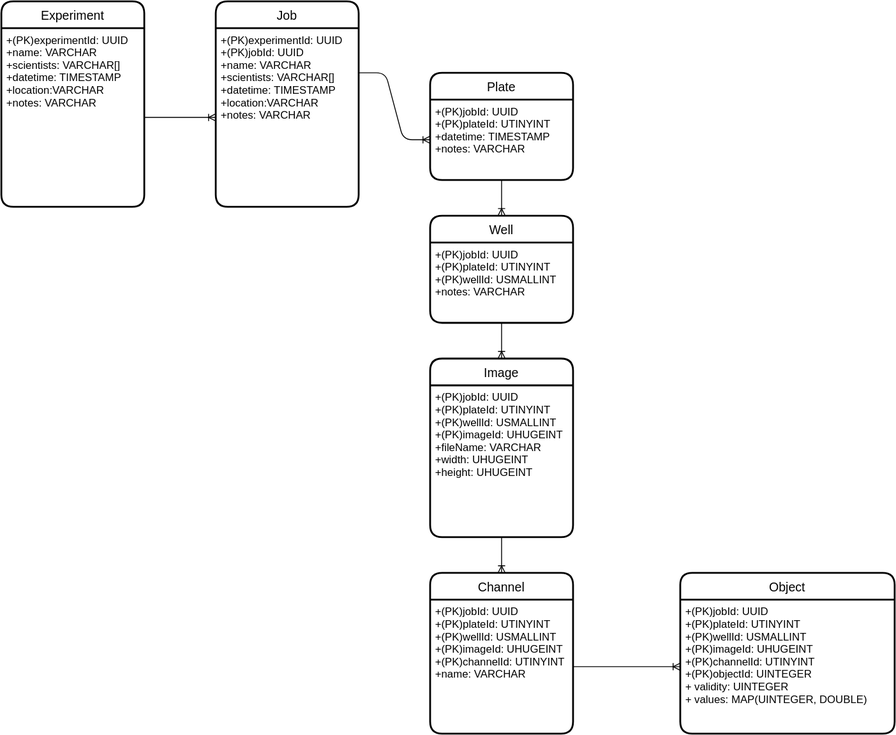
joda01/imagec keeps this draw.io diagram as doc/database.drawio.svg. Above is the earlier version. Source tidied: cells renumbered, new cells last; positions are measured from the earlier drawing's top-left corner, leaving out a move shared by most shapes.
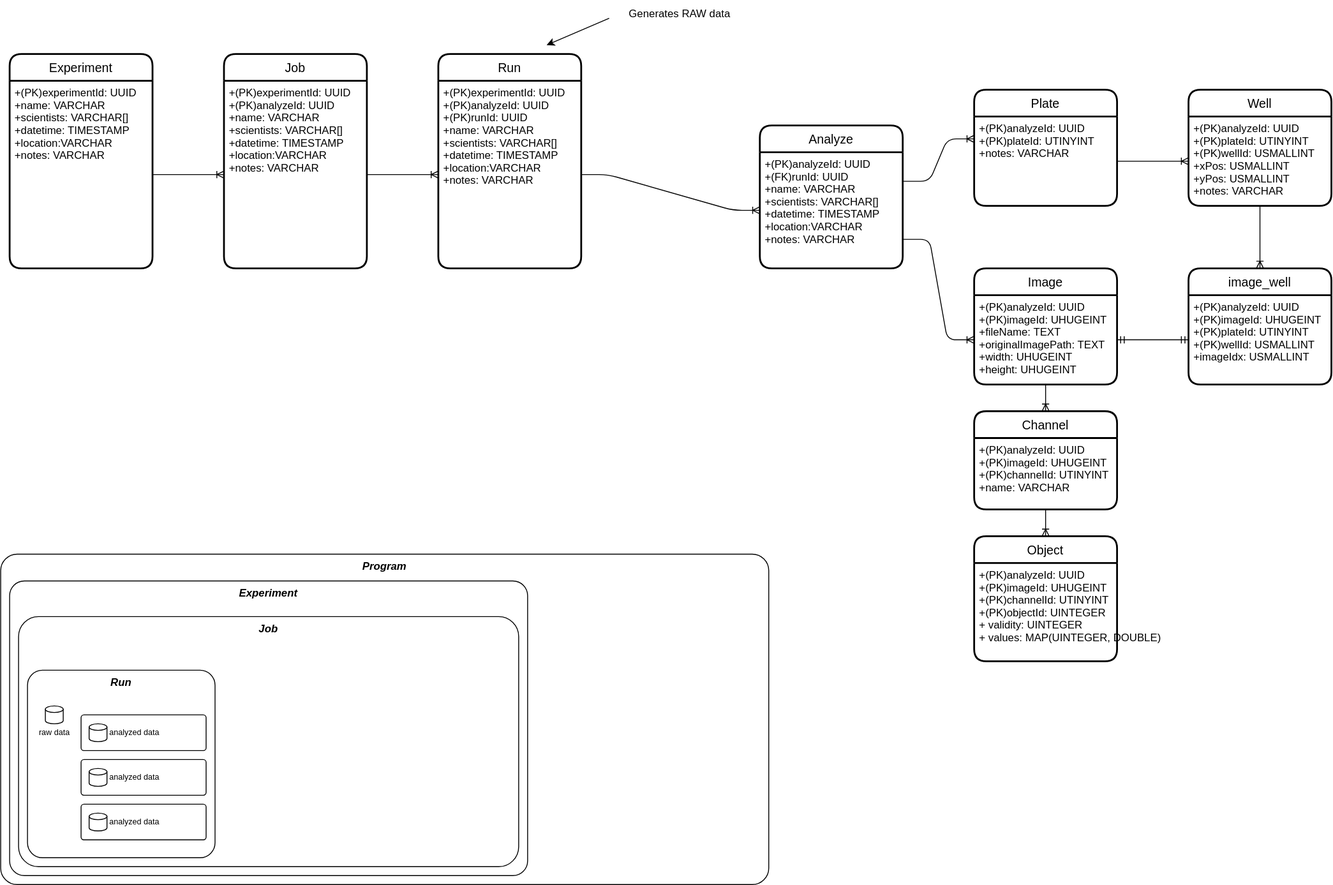
Later version of the same file.

Change to the diagram source:
```diff
@@ -3,64 +3,157 @@
     <mxCell id="0" />
     <mxCell id="1" parent="0" />
     <mxCell id="2" value="Job" style="swimlane;horizontal=1;startSize=30;rounded=1;fontSize=14;fontStyle=0;strokeWidth=2;shadow=0;dashed=0;align=center;" parent="1" vertex="1">
-      <mxGeometry x="240" width="160" height="230" as="geometry" />
+      <mxGeometry x="240" width="160" height="240" as="geometry" />
     </mxCell>
     <mxCell id="3" value="+(PK)experimentId: UUID&#10;+(PK)jobId: UUID&#10;+name: VARCHAR&#10;+scientists: VARCHAR[]&#10;+datetime: TIMESTAMP&#10;+location:VARCHAR&#10;+notes: VARCHAR" style="align=left;strokeColor=none;fillColor=none;spacingLeft=4;fontSize=12;verticalAlign=top;fontStyle=0;" parent="2" vertex="1">
-      <mxGeometry y="30" width="160" height="200" as="geometry" />
+      <mxGeometry y="30" width="160" height="210" as="geometry" />
     </mxCell>
     <mxCell id="4" value="Plate" style="swimlane;horizontal=1;startSize=30;rounded=1;fontSize=14;fontStyle=0;strokeWidth=2;shadow=0;dashed=0;align=center;" parent="1" vertex="1">
-      <mxGeometry x="480" y="80" width="160" height="120" as="geometry" />
+      <mxGeometry x="1080" y="40" width="160" height="130" as="geometry" />
     </mxCell>
-    <mxCell id="5" value="+(PK)jobId: UUID&#10;+(PK)plateId: UTINYINT&#10;+datetime: TIMESTAMP&#10;+notes: VARCHAR" style="align=left;strokeColor=none;fillColor=none;spacingLeft=4;fontSize=12;verticalAlign=top;" parent="4" vertex="1">
-      <mxGeometry y="30" width="160" height="90" as="geometry" />
+    <mxCell id="5" value="+(PK)analyzeId: UUID&#10;+(PK)plateId: UTINYINT&#10;+notes: VARCHAR" style="align=left;strokeColor=none;fillColor=none;spacingLeft=4;fontSize=12;verticalAlign=top;" parent="4" vertex="1">
+      <mxGeometry y="30" width="160" height="100" as="geometry" />
     </mxCell>
     <mxCell id="6" value="Image" style="swimlane;horizontal=1;startSize=30;rounded=1;fontSize=14;fontStyle=0;strokeWidth=2;shadow=0;dashed=0;align=center;" parent="1" vertex="1">
-      <mxGeometry x="480" y="400" width="160" height="200" as="geometry" />
+      <mxGeometry x="1080" y="240" width="160" height="130" as="geometry" />
     </mxCell>
-    <mxCell id="7" value="+(PK)jobId: UUID&#10;+(PK)plateId: UTINYINT&#10;+(PK)wellId: USMALLINT&#10;+(PK)imageId: UHUGEINT&#10;+fileName: VARCHAR&#10;+width: UHUGEINT&#10;+height: UHUGEINT" style="align=left;strokeColor=none;fillColor=none;spacingLeft=4;fontSize=12;verticalAlign=top;" parent="6" vertex="1">
-      <mxGeometry y="30" width="160" height="170" as="geometry" />
+    <mxCell id="7" value="+(PK)analyzeId: UUID&#10;+(PK)imageId: UHUGEINT&#10;+fileName: TEXT&#10;+originalImagePath: TEXT&#10;+width: UHUGEINT&#10;+height: UHUGEINT" style="align=left;strokeColor=none;fillColor=none;spacingLeft=4;fontSize=12;verticalAlign=top;" parent="6" vertex="1">
+      <mxGeometry y="30" width="160" height="100" as="geometry" />
     </mxCell>
     <mxCell id="8" value="Object" style="swimlane;horizontal=1;startSize=30;rounded=1;fontSize=14;fontStyle=0;strokeWidth=2;shadow=0;dashed=0;align=center;" parent="1" vertex="1">
-      <mxGeometry x="760" y="640" width="240" height="180" as="geometry" />
+      <mxGeometry x="1080" y="540" width="160" height="140" as="geometry" />
     </mxCell>
-    <mxCell id="9" value="+(PK)jobId: UUID&#10;+(PK)plateId: UTINYINT&#10;+(PK)wellId: USMALLINT&#10;+(PK)imageId: UHUGEINT&#10;+(PK)channelId: UTINYINT&#10;+(PK)objectId: UINTEGER&#10;+ validity: UINTEGER&#10;+ values: MAP(UINTEGER, DOUBLE)" style="align=left;strokeColor=none;fillColor=none;spacingLeft=4;fontSize=12;verticalAlign=top;" parent="8" vertex="1">
-      <mxGeometry y="30" width="240" height="150" as="geometry" />
+    <mxCell id="9" value="+(PK)analyzeId: UUID&#10;+(PK)imageId: UHUGEINT&#10;+(PK)channelId: UTINYINT&#10;+(PK)objectId: UINTEGER&#10;+ validity: UINTEGER&#10;+ values: MAP(UINTEGER, DOUBLE)" style="align=left;strokeColor=none;fillColor=none;spacingLeft=4;fontSize=12;verticalAlign=top;" parent="8" vertex="1">
+      <mxGeometry y="30" width="160" height="110" as="geometry" />
     </mxCell>
     <mxCell id="10" value="Well" style="swimlane;horizontal=1;startSize=30;rounded=1;fontSize=14;fontStyle=0;strokeWidth=2;shadow=0;dashed=0;align=center;" parent="1" vertex="1">
-      <mxGeometry x="480" y="240" width="160" height="120" as="geometry" />
+      <mxGeometry x="1320" y="40" width="160" height="130" as="geometry" />
     </mxCell>
-    <mxCell id="11" value="+(PK)jobId: UUID&#10;+(PK)plateId: UTINYINT&#10;+(PK)wellId: USMALLINT&#10;+notes: VARCHAR" style="align=left;strokeColor=none;fillColor=none;spacingLeft=4;fontSize=12;verticalAlign=top;" parent="10" vertex="1">
-      <mxGeometry y="30" width="160" height="90" as="geometry" />
+    <mxCell id="11" value="+(PK)analyzeId: UUID&#10;+(PK)plateId: UTINYINT&#10;+(PK)wellId: USMALLINT&#10;+xPos: USMALLINT&#10;+yPos: USMALLINT&#10;+notes: VARCHAR" style="align=left;strokeColor=none;fillColor=none;spacingLeft=4;fontSize=12;verticalAlign=top;" parent="10" vertex="1">
+      <mxGeometry y="30" width="160" height="100" as="geometry" />
     </mxCell>
-    <mxCell id="12" style="fontSize=12;html=1;endArrow=ERoneToMany;exitX=0.5;exitY=1;exitDx=0;exitDy=0;entryX=0.5;entryY=0;entryDx=0;entryDy=0;" parent="1" edge="1" source="5" target="10">
-      <mxGeometry relative="1" as="geometry" />
-    </mxCell>
-    <mxCell id="13" style="edgeStyle=entityRelationEdgeStyle;fontSize=12;html=1;endArrow=ERoneToMany;exitX=1;exitY=0.25;exitDx=0;exitDy=0;entryX=0;entryY=0.5;entryDx=0;entryDy=0;" parent="1" edge="1" source="3" target="5">
-      <mxGeometry relative="1" as="geometry" />
-    </mxCell>
-    <mxCell id="14" style="fontSize=12;html=1;endArrow=ERoneToMany;exitX=0.5;exitY=1;exitDx=0;exitDy=0;entryX=0.5;entryY=0;entryDx=0;entryDy=0;" parent="1" edge="1" source="11" target="6">
-      <mxGeometry relative="1" as="geometry" />
-    </mxCell>
     <mxCell id="15" value="Channel" style="swimlane;horizontal=1;startSize=30;rounded=1;fontSize=14;fontStyle=0;strokeWidth=2;shadow=0;dashed=0;align=center;" parent="1" vertex="1">
-      <mxGeometry x="480" y="640" width="160" height="180" as="geometry" />
+      <mxGeometry x="1080" y="400" width="160" height="110" as="geometry" />
     </mxCell>
-    <mxCell id="16" value="+(PK)jobId: UUID&#10;+(PK)plateId: UTINYINT&#10;+(PK)wellId: USMALLINT&#10;+(PK)imageId: UHUGEINT&#10;+(PK)channelId: UTINYINT&#10;+name: VARCHAR" style="align=left;strokeColor=none;fillColor=none;spacingLeft=4;fontSize=12;verticalAlign=top;" parent="15" vertex="1">
-      <mxGeometry y="30" width="160" height="150" as="geometry" />
+    <mxCell id="16" value="+(PK)analyzeId: UUID&#10;+(PK)imageId: UHUGEINT&#10;+(PK)channelId: UTINYINT&#10;+name: VARCHAR" style="align=left;strokeColor=none;fillColor=none;spacingLeft=4;fontSize=12;verticalAlign=top;" parent="15" vertex="1">
+      <mxGeometry y="30" width="160" height="80" as="geometry" />
     </mxCell>
     <mxCell id="17" style="fontSize=12;html=1;endArrow=ERoneToMany;entryX=0.5;entryY=0;entryDx=0;entryDy=0;exitX=0.5;exitY=1;exitDx=0;exitDy=0;" parent="1" edge="1" source="7" target="15">
       <mxGeometry relative="1" as="geometry" />
     </mxCell>
-    <mxCell id="18" style="edgeStyle=entityRelationEdgeStyle;fontSize=12;html=1;endArrow=ERoneToMany;entryX=0;entryY=0.5;entryDx=0;entryDy=0;exitX=1;exitY=0.5;exitDx=0;exitDy=0;" parent="1" edge="1" source="16" target="9">
+    <mxCell id="18" style="fontSize=12;html=1;endArrow=ERoneToMany;entryX=0.5;entryY=0;entryDx=0;entryDy=0;exitX=0.5;exitY=1;exitDx=0;exitDy=0;" parent="1" edge="1" source="16" target="8">
       <mxGeometry relative="1" as="geometry" />
     </mxCell>
     <mxCell id="19" value="Experiment" style="swimlane;horizontal=1;startSize=30;rounded=1;fontSize=14;fontStyle=0;strokeWidth=2;shadow=0;dashed=0;align=center;" parent="1" vertex="1">
-      <mxGeometry width="160" height="230" as="geometry" />
+      <mxGeometry width="160" height="240" as="geometry" />
     </mxCell>
     <mxCell id="20" value="+(PK)experimentId: UUID&#10;+name: VARCHAR&#10;+scientists: VARCHAR[]&#10;+datetime: TIMESTAMP&#10;+location:VARCHAR&#10;+notes: VARCHAR" style="align=left;strokeColor=none;fillColor=none;spacingLeft=4;fontSize=12;verticalAlign=top;fontStyle=0;" parent="19" vertex="1">
-      <mxGeometry y="30" width="160" height="200" as="geometry" />
+      <mxGeometry y="30" width="160" height="210" as="geometry" />
     </mxCell>
     <mxCell id="21" style="edgeStyle=entityRelationEdgeStyle;fontSize=12;html=1;endArrow=ERoneToMany;exitX=1;exitY=0.5;exitDx=0;exitDy=0;entryX=0;entryY=0.5;entryDx=0;entryDy=0;" parent="1" edge="1" source="20" target="3">
       <mxGeometry relative="1" as="geometry" />
     </mxCell>
+    <mxCell id="22" value="Run" style="swimlane;horizontal=1;startSize=30;rounded=1;fontSize=14;fontStyle=0;strokeWidth=2;shadow=0;dashed=0;align=center;" parent="1" vertex="1">
+      <mxGeometry x="480" width="160" height="240" as="geometry" />
+    </mxCell>
+    <mxCell id="23" value="+(PK)experimentId: UUID&#10;+(PK)jobId: UUID&#10;+(PK)runId: UUID&#10;+name: VARCHAR&#10;+scientists: VARCHAR[]&#10;+datetime: TIMESTAMP&#10;+location:VARCHAR&#10;+notes: VARCHAR" style="align=left;strokeColor=none;fillColor=none;spacingLeft=4;fontSize=12;verticalAlign=top;fontStyle=0;" parent="22" vertex="1">
+      <mxGeometry y="30" width="160" height="210" as="geometry" />
+    </mxCell>
+    <mxCell id="24" style="edgeStyle=entityRelationEdgeStyle;fontSize=12;html=1;endArrow=ERoneToMany;exitX=1;exitY=0.5;exitDx=0;exitDy=0;entryX=0;entryY=0.5;entryDx=0;entryDy=0;" parent="1" edge="1" source="3" target="23">
+      <mxGeometry relative="1" as="geometry" />
+    </mxCell>
+    <mxCell id="25" value="Experiment" style="rounded=1;whiteSpace=wrap;html=1;fillColor=none;verticalAlign=top;align=center;fontStyle=3;arcSize=5;" parent="1" vertex="1">
+      <mxGeometry y="590" width="580" height="330" as="geometry" />
+    </mxCell>
+    <mxCell id="26" value="Job" style="rounded=1;whiteSpace=wrap;html=1;fillColor=none;verticalAlign=top;align=center;fontStyle=3;arcSize=8;" parent="1" vertex="1">
+      <mxGeometry x="10" y="630" width="560" height="280" as="geometry" />
+    </mxCell>
+    <mxCell id="27" value="Run" style="rounded=1;whiteSpace=wrap;html=1;fillColor=none;verticalAlign=top;align=center;fontStyle=3;arcSize=8;" parent="1" vertex="1">
+      <mxGeometry x="20" y="690" width="210" height="210" as="geometry" />
+    </mxCell>
+    <mxCell id="28" style="endArrow=classic;html=1;" parent="1" edge="1">
+      <mxGeometry relative="1" as="geometry">
+        <mxPoint x="671.3" y="-40" as="sourcePoint" />
+        <mxPoint x="601.3" y="-10" as="targetPoint" />
+      </mxGeometry>
+    </mxCell>
+    <mxCell id="29" value="Generates RAW data" style="text;html=1;align=center;verticalAlign=middle;strokeColor=none;fillColor=none;" parent="1" vertex="1">
+      <mxGeometry x="680" y="-60" width="140" height="30" as="geometry" />
+    </mxCell>
+    <mxCell id="30" value="Analyze" style="swimlane;horizontal=1;startSize=30;rounded=1;fontSize=14;fontStyle=0;strokeWidth=2;shadow=0;dashed=0;align=center;" parent="1" vertex="1">
+      <mxGeometry x="840" y="80" width="160" height="160" as="geometry" />
+    </mxCell>
+    <mxCell id="31" value="+(PK)analyzeId: UUID&#10;+(FK)runId: UUID&#10;+name: VARCHAR&#10;+scientists: VARCHAR[]&#10;+datetime: TIMESTAMP&#10;+location:VARCHAR&#10;+notes: VARCHAR" style="align=left;strokeColor=none;fillColor=none;spacingLeft=4;fontSize=12;verticalAlign=top;fontStyle=0;" parent="30" vertex="1">
+      <mxGeometry y="30" width="160" height="130" as="geometry" />
+    </mxCell>
+    <mxCell id="32" style="edgeStyle=entityRelationEdgeStyle;fontSize=12;html=1;endArrow=ERoneToMany;exitX=1;exitY=0.5;exitDx=0;exitDy=0;entryX=0;entryY=0.5;entryDx=0;entryDy=0;" parent="1" edge="1" source="23" target="31">
+      <mxGeometry relative="1" as="geometry" />
+    </mxCell>
+    <mxCell id="33" style="shape=cylinder3;whiteSpace=wrap;html=1;boundedLbl=1;backgroundOutline=1;size=3.6666666666666288;fillColor=none;" parent="1" vertex="1">
+      <mxGeometry x="40" y="730" width="20" height="20" as="geometry" />
+    </mxCell>
+    <mxCell id="34" value="raw data" style="text;html=1;align=center;verticalAlign=middle;strokeColor=none;fillColor=none;fontSize=9;" parent="1" vertex="1">
+      <mxGeometry x="20" y="750" width="60" height="20" as="geometry" />
+    </mxCell>
+    <mxCell id="35" style="group;" parent="1" vertex="1">
+      <mxGeometry x="80" y="740" width="140" height="40" as="geometry" />
+    </mxCell>
+    <mxCell id="36" style="shape=cylinder3;whiteSpace=wrap;html=1;boundedLbl=1;backgroundOutline=1;size=3.6666666666666288;fillColor=none;" parent="35" vertex="1">
+      <mxGeometry x="9" y="10" width="20" height="20" as="geometry" />
+    </mxCell>
+    <mxCell id="37" value="analyzed data" style="text;html=1;align=left;verticalAlign=middle;strokeColor=none;fillColor=none;fontSize=9;" parent="35" vertex="1">
+      <mxGeometry x="30" y="10" width="80" height="20" as="geometry" />
+    </mxCell>
+    <mxCell id="38" style="rounded=1;whiteSpace=wrap;html=1;fillColor=none;verticalAlign=top;align=center;fontStyle=3;arcSize=8;" parent="35" vertex="1">
+      <mxGeometry width="140" height="40" as="geometry" />
+    </mxCell>
+    <mxCell id="39" style="group;" parent="1" vertex="1">
+      <mxGeometry x="80" y="790" width="140" height="40" as="geometry" />
+    </mxCell>
+    <mxCell id="40" style="shape=cylinder3;whiteSpace=wrap;html=1;boundedLbl=1;backgroundOutline=1;size=3.6666666666666288;fillColor=none;" parent="39" vertex="1">
+      <mxGeometry x="9" y="10" width="20" height="20" as="geometry" />
+    </mxCell>
+    <mxCell id="41" value="analyzed data" style="text;html=1;align=left;verticalAlign=middle;strokeColor=none;fillColor=none;fontSize=9;" parent="39" vertex="1">
+      <mxGeometry x="30" y="10" width="80" height="20" as="geometry" />
+    </mxCell>
+    <mxCell id="42" style="rounded=1;whiteSpace=wrap;html=1;fillColor=none;verticalAlign=top;align=center;fontStyle=3;arcSize=8;" parent="39" vertex="1">
+      <mxGeometry width="140" height="40" as="geometry" />
+    </mxCell>
+    <mxCell id="43" style="group;" parent="1" vertex="1">
+      <mxGeometry x="80" y="840" width="140" height="40" as="geometry" />
+    </mxCell>
+    <mxCell id="44" style="shape=cylinder3;whiteSpace=wrap;html=1;boundedLbl=1;backgroundOutline=1;size=3.6666666666666288;fillColor=none;" parent="43" vertex="1">
+      <mxGeometry x="9" y="10" width="20" height="20" as="geometry" />
+    </mxCell>
+    <mxCell id="45" value="analyzed data" style="text;html=1;align=left;verticalAlign=middle;strokeColor=none;fillColor=none;fontSize=9;" parent="43" vertex="1">
+      <mxGeometry x="30" y="10" width="80" height="20" as="geometry" />
+    </mxCell>
+    <mxCell id="46" style="rounded=1;whiteSpace=wrap;html=1;fillColor=none;verticalAlign=top;align=center;fontStyle=3;arcSize=8;" parent="43" vertex="1">
+      <mxGeometry width="140" height="40" as="geometry" />
+    </mxCell>
+    <mxCell id="47" value="Program" style="rounded=1;whiteSpace=wrap;html=1;fillColor=none;verticalAlign=top;align=center;fontStyle=3;arcSize=5;" parent="1" vertex="1">
+      <mxGeometry x="-10" y="560" width="860" height="370" as="geometry" />
+    </mxCell>
+    <mxCell id="48" style="edgeStyle=entityRelationEdgeStyle;fontSize=12;html=1;endArrow=ERoneToMany;exitX=1;exitY=0.75;exitDx=0;exitDy=0;entryX=0;entryY=0.5;entryDx=0;entryDy=0;" parent="1" edge="1" source="31" target="7">
+      <mxGeometry relative="1" as="geometry" />
+    </mxCell>
+    <mxCell id="49" style="fontSize=12;html=1;endArrow=ERoneToMany;entryX=0;entryY=0.5;entryDx=0;entryDy=0;exitX=1;exitY=0.5;exitDx=0;exitDy=0;" parent="1" edge="1" source="5" target="11">
+      <mxGeometry relative="1" as="geometry" />
+    </mxCell>
+    <mxCell id="50" style="edgeStyle=entityRelationEdgeStyle;fontSize=12;html=1;endArrow=ERoneToMany;exitX=1;exitY=0.25;exitDx=0;exitDy=0;entryX=0;entryY=0.25;entryDx=0;entryDy=0;" parent="1" edge="1" source="31" target="5">
+      <mxGeometry relative="1" as="geometry" />
+    </mxCell>
+    <mxCell id="51" style="fontSize=12;html=1;endArrow=ERoneToMany;exitX=0.5;exitY=1;exitDx=0;exitDy=0;entryX=0.5;entryY=0;entryDx=0;entryDy=0;" parent="1" edge="1" source="11" target="52">
+      <mxGeometry relative="1" as="geometry" />
+    </mxCell>
+    <mxCell id="52" value="image_well" style="swimlane;horizontal=1;startSize=30;rounded=1;fontSize=14;fontStyle=0;strokeWidth=2;shadow=0;dashed=0;align=center;" parent="1" vertex="1">
+      <mxGeometry x="1320" y="240" width="160" height="130" as="geometry" />
+    </mxCell>
+    <mxCell id="53" value="+(PK)analyzeId: UUID&#10;+(PK)imageId: UHUGEINT&#10;+(PK)plateId: UTINYINT&#10;+(PK)wellId: USMALLINT&#10;+imageIdx: USMALLINT" style="align=left;strokeColor=none;fillColor=none;spacingLeft=4;fontSize=12;verticalAlign=top;" parent="52" vertex="1">
+      <mxGeometry y="30" width="160" height="100" as="geometry" />
+    </mxCell>
+    <mxCell id="54" style="edgeStyle=entityRelationEdgeStyle;fontSize=12;html=1;endArrow=ERmandOne;startArrow=ERmandOne;elbow=vertical;exitX=1;exitY=0.5;exitDx=0;exitDy=0;entryX=0;entryY=0.5;entryDx=0;entryDy=0;" parent="1" edge="1" source="7" target="53">
+      <mxGeometry relative="1" as="geometry" />
+    </mxCell>
   </root>
 </mxGraphModel>
```
